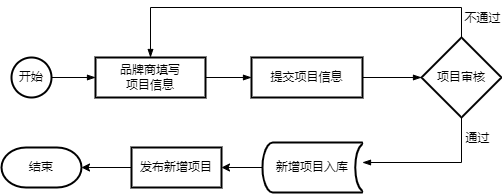
Chenyang-1024/DiagramsFromDrawIO keeps this draw.io diagram as diagrams/createProject.png. Above is the earlier version. Source tidied: cells renumbered, new cells last; positions are measured from the earlier drawing's top-left corner, leaving out a move shared by most shapes.
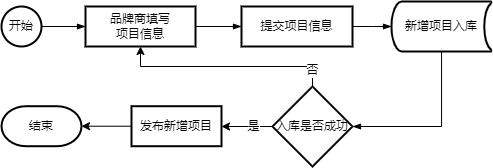
Above is the later version.

Change to the diagram source:
```diff
@@ -14,60 +14,61 @@
     <mxCell id="5" value="品牌商填写&lt;br&gt;项目信息" style="whiteSpace=wrap;html=1;strokeWidth=2;" parent="1" vertex="1">
       <mxGeometry x="94" y="50" width="110" height="40" as="geometry" />
     </mxCell>
-    <mxCell id="6" style="edgeStyle=orthogonalEdgeStyle;rounded=0;jettySize=auto;html=1;endArrow=blockThin;endFill=1;entryX=0.5;entryY=0;entryDx=0;entryDy=0;" parent="1" edge="1" source="10" target="5">
-      <mxGeometry relative="1" as="geometry">
-        <Array as="points">
-          <mxPoint x="460" />
-          <mxPoint x="149" />
-        </Array>
-      </mxGeometry>
-    </mxCell>
-    <mxCell id="7" value="不通过" style="edgeLabel;html=1;align=center;verticalAlign=middle;" parent="6" vertex="1">
-      <mxGeometry x="-0.47" y="2" relative="1" as="geometry">
-        <mxPoint x="93" y="8" as="offset" />
-      </mxGeometry>
-    </mxCell>
-    <mxCell id="8" style="edgeStyle=orthogonalEdgeStyle;rounded=0;jettySize=auto;html=1;endArrow=blockThin;endFill=1;" parent="1" edge="1" source="10" target="16">
+    <mxCell id="8" style="edgeStyle=orthogonalEdgeStyle;rounded=0;jettySize=auto;html=1;endArrow=blockThin;endFill=1;entryX=1;entryY=0.5;entryDx=0;entryDy=0;" parent="1" edge="1" source="16" target="22">
       <mxGeometry relative="1" as="geometry">
         <Array as="points">
-          <mxPoint x="460" y="155" />
+          <mxPoint x="450" y="170" />
         </Array>
       </mxGeometry>
     </mxCell>
-    <mxCell id="9" value="通过" style="edgeLabel;html=1;align=center;verticalAlign=middle;" parent="8" vertex="1">
-      <mxGeometry x="-0.34" y="-2" relative="1" as="geometry">
-        <mxPoint x="18" y="-23" as="offset" />
-      </mxGeometry>
-    </mxCell>
-    <mxCell id="10" value="项目审核" style="rhombus;whiteSpace=wrap;html=1;strokeWidth=2;" parent="1" vertex="1">
-      <mxGeometry x="420" y="30" width="80" height="80" as="geometry" />
-    </mxCell>
     <mxCell id="11" style="edgeStyle=orthogonalEdgeStyle;rounded=0;orthogonalLoop=1;jettySize=auto;html=1;exitX=0.5;exitY=1;exitDx=0;exitDy=0;endArrow=blockThin;endFill=1;" parent="1" edge="1">
       <mxGeometry relative="1" as="geometry">
-        <mxPoint x="242" y="180" as="sourcePoint" />
-        <mxPoint x="242" y="180" as="targetPoint" />
+        <mxPoint x="252" y="189.7" as="sourcePoint" />
+        <mxPoint x="252" y="189.7" as="targetPoint" />
       </mxGeometry>
     </mxCell>
     <mxCell id="12" value="结束" style="strokeWidth=2;html=1;shape=mxgraph.flowchart.terminator;whiteSpace=wrap;" parent="1" vertex="1">
-      <mxGeometry y="140" width="80" height="40" as="geometry" />
+      <mxGeometry x="10" y="149.7" width="80" height="40" as="geometry" />
     </mxCell>
-    <mxCell id="13" style="edgeStyle=orthogonalEdgeStyle;rounded=0;jettySize=auto;html=1;endArrow=blockThin;endFill=1;" parent="1" edge="1" source="14" target="10">
+    <mxCell id="13" style="edgeStyle=orthogonalEdgeStyle;rounded=0;jettySize=auto;html=1;endArrow=blockThin;endFill=1;entryX=0;entryY=0.5;entryDx=0;entryDy=0;entryPerimeter=0;" parent="1" edge="1" source="14" target="16">
       <mxGeometry relative="1" as="geometry" />
     </mxCell>
     <mxCell id="14" value="提交项目信息" style="whiteSpace=wrap;html=1;strokeWidth=2;" parent="1" vertex="1">
       <mxGeometry x="250" y="50" width="111" height="40" as="geometry" />
     </mxCell>
-    <mxCell id="15" style="edgeStyle=orthogonalEdgeStyle;rounded=0;jettySize=auto;html=1;" parent="1" edge="1" source="16" target="18">
-      <mxGeometry relative="1" as="geometry" />
+    <mxCell id="15" style="edgeStyle=orthogonalEdgeStyle;rounded=0;jettySize=auto;html=1;exitX=0;exitY=0.5;exitDx=0;exitDy=0;" parent="1" edge="1" source="22" target="18">
+      <mxGeometry relative="1" as="geometry">
+        <Array as="points">
+          <mxPoint x="260" y="170" />
+          <mxPoint x="260" y="170" />
+        </Array>
+      </mxGeometry>
     </mxCell>
-    <mxCell id="16" value="新增项目入库" style="strokeWidth=2;html=1;shape=mxgraph.flowchart.stored_data;whiteSpace=wrap;" parent="1" vertex="1">
-      <mxGeometry x="261" y="135" width="100" height="50" as="geometry" />
-    </mxCell>
+    <mxCell id="19" value="是" style="edgeLabel;html=1;align=center;verticalAlign=middle;" parent="15" vertex="1">
+      <mxGeometry x="-0.19" y="-1" relative="1" as="geometry" />
+    </mxCell>
     <mxCell id="17" style="edgeStyle=orthogonalEdgeStyle;rounded=0;jettySize=auto;html=1;" parent="1" edge="1" source="18" target="12">
       <mxGeometry relative="1" as="geometry" />
     </mxCell>
     <mxCell id="18" value="发布新增项目" style="whiteSpace=wrap;html=1;strokeWidth=2;" parent="1" vertex="1">
-      <mxGeometry x="130" y="140" width="90" height="40" as="geometry" />
+      <mxGeometry x="140" y="149.7" width="90" height="40" as="geometry" />
     </mxCell>
+    <mxCell id="16" value="新增项目入库" style="strokeWidth=2;html=1;shape=mxgraph.flowchart.stored_data;whiteSpace=wrap;" parent="1" vertex="1">
+      <mxGeometry x="400" y="45" width="100" height="50" as="geometry" />
+    </mxCell>
+    <mxCell id="20" style="edgeStyle=orthogonalEdgeStyle;rounded=0;jettySize=auto;html=1;" parent="1" edge="1" source="22" target="5">
+      <mxGeometry relative="1" as="geometry">
+        <Array as="points">
+          <mxPoint x="321" y="110" />
+          <mxPoint x="149" y="110" />
+        </Array>
+      </mxGeometry>
+    </mxCell>
+    <mxCell id="21" value="否" style="edgeLabel;html=1;align=center;verticalAlign=middle;" parent="20" vertex="1">
+      <mxGeometry x="-0.84" y="1" relative="1" as="geometry" />
+    </mxCell>
+    <mxCell id="22" value="入库是否成功" style="rhombus;whiteSpace=wrap;html=1;strokeWidth=2;" parent="1" vertex="1">
+      <mxGeometry x="281" y="130" width="80" height="80" as="geometry" />
+    </mxCell>
   </root>
 </mxGraphModel>
```
